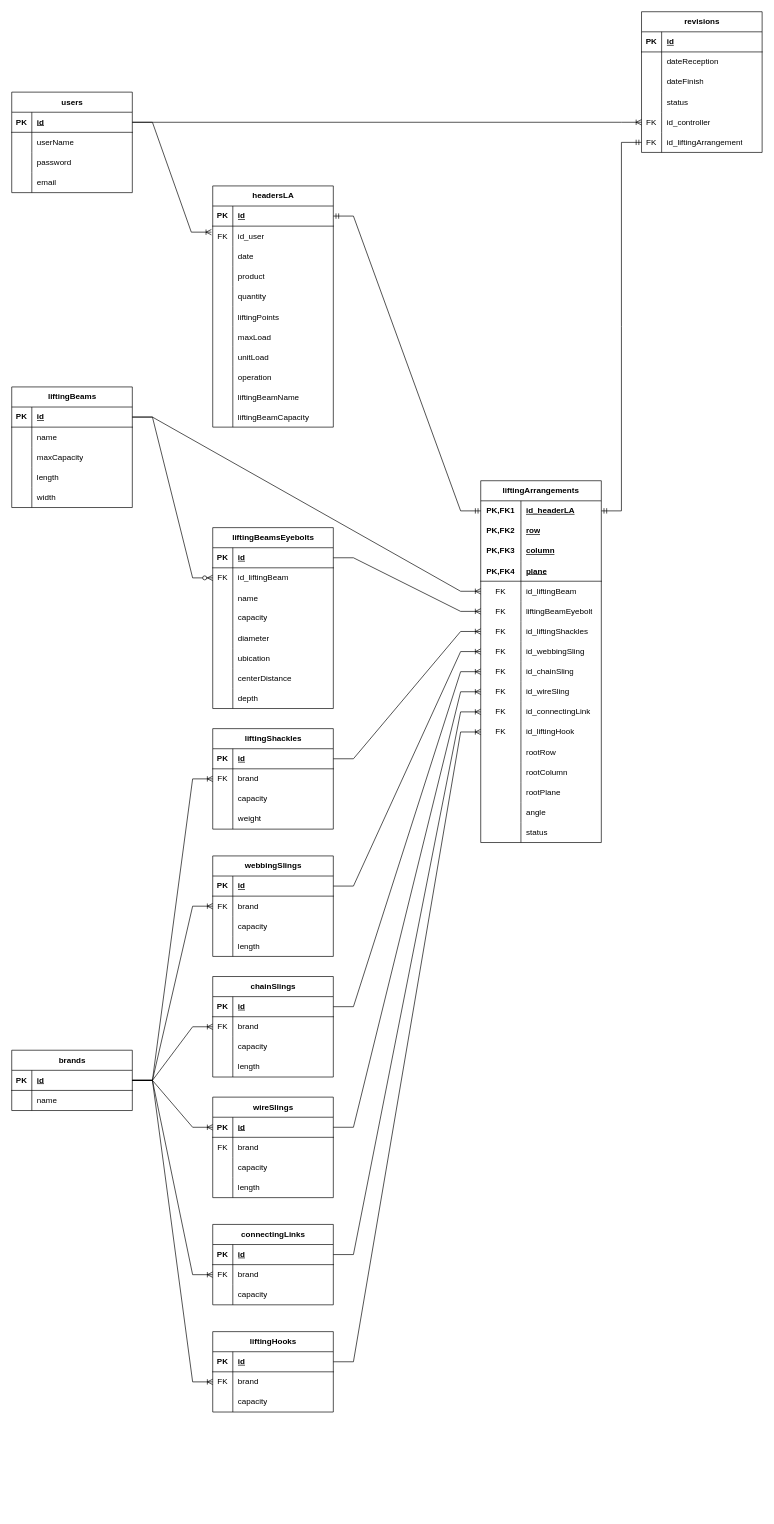
Above: Lifting Arrangement.drawio in diego-g-cono/LiftingArrangement (draw.io), before the change. Source tidied: cells renumbered, new cells numbered last; positions are measured from the earlier drawing's top-left corner, leaving out a move shared by most shapes. Both pictures are drawn from the tidied source at 67%, with x=0, y=0 at pixel (11, 11).
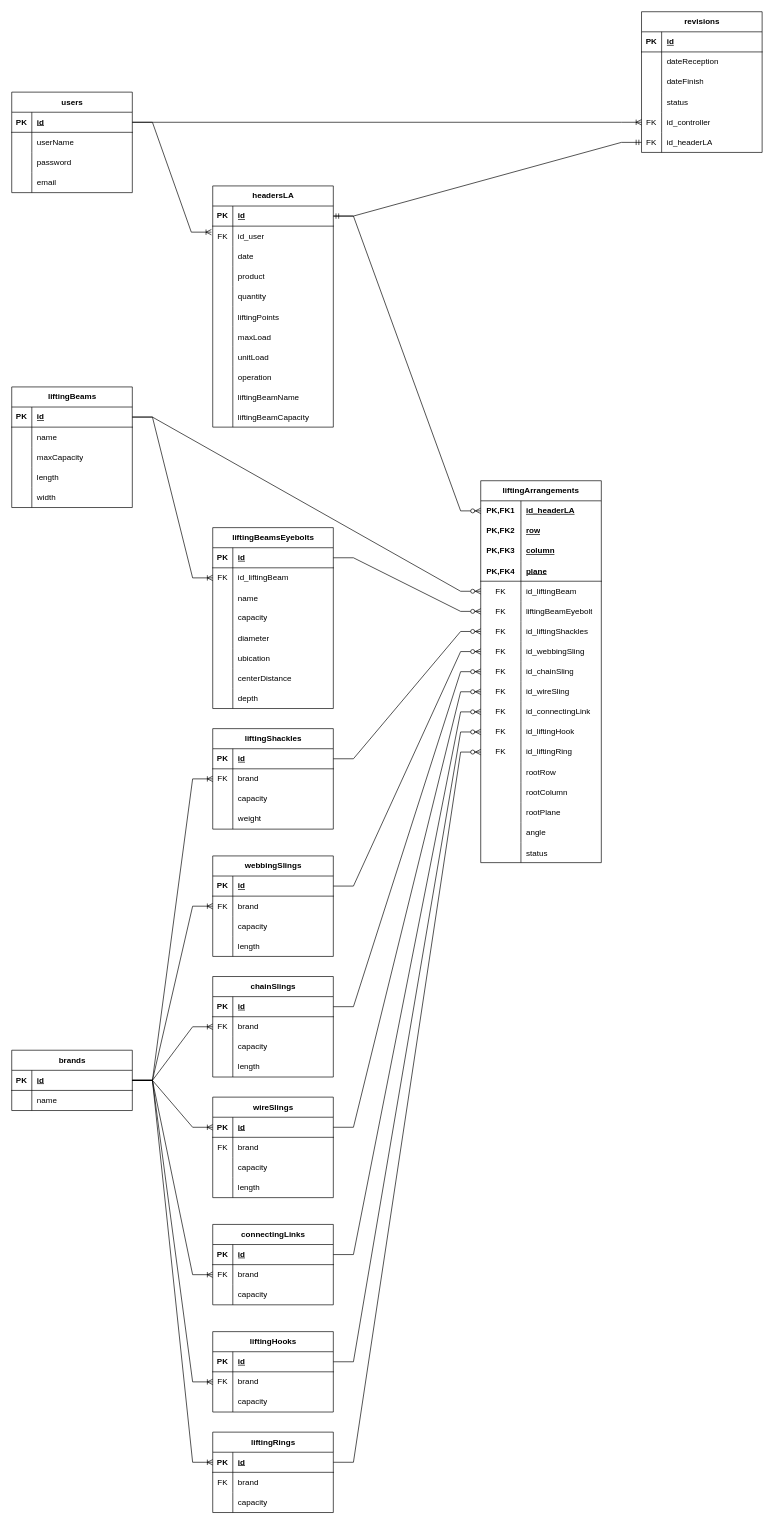
The same diagram, later.

Commit message (it also covers changes not shown here):
se modifica el mapeo en liftingArrangement y revision

The change refers to these unchanged cells:
```xml
<mxCell id="16" style="shape=tableRow;horizontal=0;startSize=0;swimlaneHead=0;swimlaneBody=0;fillColor=none;points=[[0,0.5],[1,0.5]];portConstraint=eastwest;top=0;left=0;right=0;bottom=1;" parent="15" vertex="1">
  <mxGeometry y="30" width="180" height="30" as="geometry" />
</mxCell>
<mxCell id="50" style="shape=tableRow;horizontal=0;startSize=0;swimlaneHead=0;swimlaneBody=0;fillColor=none;points=[[0,0.5],[1,0.5]];portConstraint=eastwest;top=0;left=0;right=0;bottom=0;" parent="49" vertex="1">
  <mxGeometry y="30" width="180" height="30" as="geometry" />
</mxCell>
<mxCell id="62" style="shape=tableRow;horizontal=0;startSize=0;swimlaneHead=0;swimlaneBody=0;fillColor=none;points=[[0,0.5],[1,0.5]];portConstraint=eastwest;top=0;left=0;right=0;bottom=0;html=1;" parent="49" vertex="1">
  <mxGeometry y="150" width="180" height="30" as="geometry" />
</mxCell>
<mxCell id="65" style="shape=tableRow;horizontal=0;startSize=0;swimlaneHead=0;swimlaneBody=0;fillColor=none;points=[[0,0.5],[1,0.5]];portConstraint=eastwest;top=0;left=0;right=0;bottom=0;" parent="49" vertex="1">
  <mxGeometry y="180" width="180" height="30" as="geometry" />
</mxCell>
<mxCell id="68" style="shape=tableRow;horizontal=0;startSize=0;swimlaneHead=0;swimlaneBody=0;fillColor=none;points=[[0,0.5],[1,0.5]];portConstraint=eastwest;top=0;left=0;right=0;bottom=0;html=1;" parent="49" vertex="1">
  <mxGeometry y="210" width="180" height="30" as="geometry" />
</mxCell>
<mxCell id="71" style="shape=tableRow;horizontal=0;startSize=0;swimlaneHead=0;swimlaneBody=0;fillColor=none;points=[[0,0.5],[1,0.5]];portConstraint=eastwest;top=0;left=0;right=0;bottom=0;" parent="49" vertex="1">
  <mxGeometry y="240" width="180" height="30" as="geometry" />
</mxCell>
<mxCell id="74" style="shape=tableRow;horizontal=0;startSize=0;swimlaneHead=0;swimlaneBody=0;fillColor=none;points=[[0,0.5],[1,0.5]];portConstraint=eastwest;top=0;left=0;right=0;bottom=0;" parent="49" vertex="1">
  <mxGeometry y="270" width="180" height="30" as="geometry" />
</mxCell>
<mxCell id="77" style="shape=tableRow;horizontal=0;startSize=0;swimlaneHead=0;swimlaneBody=0;fillColor=none;points=[[0,0.5],[1,0.5]];portConstraint=eastwest;top=0;left=0;right=0;bottom=0;" parent="49" vertex="1">
  <mxGeometry y="300" width="180" height="30" as="geometry" />
</mxCell>
<mxCell id="80" style="shape=tableRow;horizontal=0;startSize=0;swimlaneHead=0;swimlaneBody=0;fillColor=none;points=[[0,0.5],[1,0.5]];portConstraint=eastwest;top=0;left=0;right=0;bottom=0;" parent="49" vertex="1">
  <mxGeometry y="330" width="180" height="30" as="geometry" />
</mxCell>
<mxCell id="83" style="shape=tableRow;horizontal=0;startSize=0;swimlaneHead=0;swimlaneBody=0;fillColor=none;points=[[0,0.5],[1,0.5]];portConstraint=eastwest;top=0;left=0;right=0;bottom=0;" parent="49" vertex="1">
  <mxGeometry y="360" width="180" height="30" as="geometry" />
</mxCell>
<mxCell id="104" style="shape=tableRow;horizontal=0;startSize=0;swimlaneHead=0;swimlaneBody=0;fillColor=none;points=[[0,0.5],[1,0.5]];portConstraint=eastwest;top=0;left=0;right=0;bottom=1;" parent="103" vertex="1">
  <mxGeometry y="30" width="180" height="30" as="geometry" />
</mxCell>
<mxCell id="118" style="shape=tableRow;horizontal=0;startSize=0;swimlaneHead=0;swimlaneBody=0;fillColor=none;points=[[0,0.5],[1,0.5]];portConstraint=eastwest;top=0;left=0;right=0;bottom=1;" parent="117" vertex="1">
  <mxGeometry y="30" width="180" height="30" as="geometry" />
</mxCell>
<mxCell id="125" style="shape=tableRow;horizontal=0;startSize=0;swimlaneHead=0;swimlaneBody=0;fillColor=none;points=[[0,0.5],[1,0.5]];portConstraint=eastwest;top=0;left=0;right=0;bottom=1;" parent="124" vertex="1">
  <mxGeometry y="30" width="180" height="30" as="geometry" />
</mxCell>
<mxCell id="141" style="shape=tableRow;horizontal=0;startSize=0;swimlaneHead=0;swimlaneBody=0;fillColor=none;points=[[0,0.5],[1,0.5]];portConstraint=eastwest;top=0;left=0;right=0;bottom=1;" parent="140" vertex="1">
  <mxGeometry y="30" width="180" height="30" as="geometry" />
</mxCell>
<mxCell id="156" style="shape=tableRow;horizontal=0;startSize=0;swimlaneHead=0;swimlaneBody=0;fillColor=none;points=[[0,0.5],[1,0.5]];portConstraint=eastwest;top=0;left=0;right=0;bottom=1;" parent="155" vertex="1">
  <mxGeometry y="30" width="180" height="30" as="geometry" />
</mxCell>
<mxCell id="171" style="shape=tableRow;horizontal=0;startSize=0;swimlaneHead=0;swimlaneBody=0;fillColor=none;points=[[0,0.5],[1,0.5]];portConstraint=eastwest;top=0;left=0;right=0;bottom=1;" parent="170" vertex="1">
  <mxGeometry y="30" width="180" height="30" as="geometry" />
</mxCell>
<mxCell id="183" style="shape=tableRow;horizontal=0;startSize=0;swimlaneHead=0;swimlaneBody=0;fillColor=none;points=[[0,0.5],[1,0.5]];portConstraint=eastwest;top=0;left=0;right=0;bottom=1;" parent="182" vertex="1">
  <mxGeometry y="30" width="180" height="30" as="geometry" />
</mxCell>
<mxCell id="195" style="shape=tableRow;horizontal=0;startSize=0;swimlaneHead=0;swimlaneBody=0;fillColor=none;points=[[0,0.5],[1,0.5]];portConstraint=eastwest;top=0;left=0;right=0;bottom=1;" parent="194" vertex="1">
  <mxGeometry y="30" width="180" height="30" as="geometry" />
</mxCell>
<mxCell id="211" style="shape=tableRow;horizontal=0;startSize=0;swimlaneHead=0;swimlaneBody=0;fillColor=none;points=[[0,0.5],[1,0.5]];portConstraint=eastwest;top=0;left=0;right=0;bottom=1;" parent="210" vertex="1">
  <mxGeometry y="30" width="180" height="30" as="geometry" />
</mxCell>
<mxCell id="214" style="shape=tableRow;horizontal=0;startSize=0;swimlaneHead=0;swimlaneBody=0;fillColor=none;points=[[0,0.5],[1,0.5]];portConstraint=eastwest;top=0;left=0;right=0;bottom=0;" parent="210" vertex="1">
  <mxGeometry y="60" width="180" height="30" as="geometry" />
</mxCell>
<mxCell id="254" style="shape=tableRow;horizontal=0;startSize=0;swimlaneHead=0;swimlaneBody=0;fillColor=none;points=[[0,0.5],[1,0.5]];portConstraint=eastwest;top=0;left=0;right=0;bottom=0;" parent="238" vertex="1">
  <mxGeometry y="180" width="180" height="30" as="geometry" />
</mxCell>
```

Change to the diagram source:
```diff
@@
     <mxCell id="49" value="liftingArrangements" style="shape=table;startSize=30;childLayout=tableLayout;rowLines=0;fontStyle=1;align=center;html=1;whiteSpace=wrap;" parent="1" vertex="1">
-      <mxGeometry x="700" y="700" width="180" height="540" as="geometry" />
+      <mxGeometry x="700" y="700" width="180" height="570" as="geometry" />
     </mxCell>
@@
+    <mxCell id="259" style="shape=tableRow;horizontal=0;startSize=0;swimlaneHead=0;swimlaneBody=0;fillColor=none;points=[[0,0.5],[1,0.5]];portConstraint=eastwest;top=0;left=0;right=0;bottom=0;" parent="49" vertex="1">
+      <mxGeometry y="390" width="180" height="30" as="geometry" />
+    </mxCell>
+    <mxCell id="260" value="FK" style="shape=partialRectangle;fillColor=none;top=0;left=0;bottom=0;right=0;fontStyle=0;overflow=hidden;whiteSpace=wrap;html=1;" parent="259" vertex="1">
+      <mxGeometry width="60" height="30" as="geometry" />
+    </mxCell>
+    <mxCell id="261" value="id_liftingRing" style="shape=partialRectangle;fillColor=none;top=0;left=0;bottom=0;right=0;align=left;spacingLeft=6;fontStyle=0;overflow=hidden;whiteSpace=wrap;html=1;" parent="259" vertex="1">
+      <mxGeometry x="60" width="120" height="30" as="geometry" />
+    </mxCell>
     <mxCell id="86" style="shape=tableRow;horizontal=0;startSize=0;swimlaneHead=0;swimlaneBody=0;fillColor=none;top=0;left=0;right=0;bottom=0;" parent="49" vertex="1">
-      <mxGeometry y="390" width="180" height="30" as="geometry" />
+      <mxGeometry y="420" width="180" height="30" as="geometry" />
     </mxCell>
@@
     <mxCell id="89" style="shape=tableRow;horizontal=0;startSize=0;swimlaneHead=0;swimlaneBody=0;fillColor=none;top=0;left=0;right=0;bottom=0;" parent="49" vertex="1">
-      <mxGeometry y="420" width="180" height="30" as="geometry" />
+      <mxGeometry y="450" width="180" height="30" as="geometry" />
     </mxCell>
@@
     <mxCell id="92" style="shape=tableRow;horizontal=0;startSize=0;swimlaneHead=0;swimlaneBody=0;fillColor=none;top=0;left=0;right=0;bottom=0;" parent="49" vertex="1">
-      <mxGeometry y="450" width="180" height="30" as="geometry" />
+      <mxGeometry y="480" width="180" height="30" as="geometry" />
     </mxCell>
@@
     <mxCell id="95" style="shape=tableRow;horizontal=0;startSize=0;swimlaneHead=0;swimlaneBody=0;fillColor=none;top=0;left=0;right=0;bottom=0;" parent="49" vertex="1">
-      <mxGeometry y="480" width="180" height="30" as="geometry" />
+      <mxGeometry y="510" width="180" height="30" as="geometry" />
     </mxCell>
@@
     <mxCell id="98" style="shape=tableRow;horizontal=0;startSize=0;swimlaneHead=0;swimlaneBody=0;fillColor=none;top=0;left=0;right=0;bottom=0;" parent="49" vertex="1">
-      <mxGeometry y="510" width="180" height="30" as="geometry" />
+      <mxGeometry y="540" width="180" height="30" as="geometry" />
     </mxCell>
@@
-    <mxCell id="102" style="edgeStyle=entityRelationEdgeStyle;fontSize=12;html=1;endArrow=ERmandOne;startArrow=ERmandOne;rounded=0;entryX=0;entryY=0.5;entryDx=0;entryDy=0;exitX=1;exitY=0.5;exitDx=0;exitDy=0;" parent="1" edge="1" source="16" target="50">
-      <mxGeometry relative="1" as="geometry" />
-    </mxCell>
@@
-    <mxCell id="116" style="edgeStyle=entityRelationEdgeStyle;fontSize=12;html=1;endArrow=ERoneToMany;rounded=0;exitX=1;exitY=0.5;exitDx=0;exitDy=0;entryX=0;entryY=0.5;entryDx=0;entryDy=0;" parent="1" edge="1" source="104" target="68">
-      <mxGeometry relative="1" as="geometry" />
-    </mxCell>
@@
-    <mxCell id="137" style="edgeStyle=entityRelationEdgeStyle;fontSize=12;html=1;endArrow=ERoneToMany;rounded=0;entryX=0;entryY=0.5;entryDx=0;entryDy=0;exitX=1;exitY=0.5;exitDx=0;exitDy=0;" parent="1" edge="1" source="125" target="71">
-      <mxGeometry relative="1" as="geometry" />
-    </mxCell>
@@
-    <mxCell id="154" style="edgeStyle=entityRelationEdgeStyle;fontSize=12;html=1;endArrow=ERoneToMany;rounded=0;entryX=0;entryY=0.5;entryDx=0;entryDy=0;exitX=1;exitY=0.5;exitDx=0;exitDy=0;" parent="1" edge="1" source="141" target="74">
-      <mxGeometry relative="1" as="geometry" />
-    </mxCell>
@@
-    <mxCell id="168" style="edgeStyle=entityRelationEdgeStyle;fontSize=12;html=1;endArrow=ERoneToMany;rounded=0;exitX=1;exitY=0.5;exitDx=0;exitDy=0;entryX=0;entryY=0.5;entryDx=0;entryDy=0;" parent="1" edge="1" source="156" target="77">
-      <mxGeometry relative="1" as="geometry" />
-    </mxCell>
@@
-    <mxCell id="180" style="edgeStyle=entityRelationEdgeStyle;fontSize=12;html=1;endArrow=ERoneToMany;rounded=0;exitX=1;exitY=0.5;exitDx=0;exitDy=0;entryX=0;entryY=0.5;entryDx=0;entryDy=0;" parent="1" edge="1" source="171" target="80">
-      <mxGeometry relative="1" as="geometry" />
-    </mxCell>
@@
-    <mxCell id="192" style="edgeStyle=entityRelationEdgeStyle;fontSize=12;html=1;endArrow=ERoneToMany;rounded=0;exitX=1;exitY=0.5;exitDx=0;exitDy=0;entryX=0;entryY=0.5;entryDx=0;entryDy=0;" parent="1" edge="1" source="183" target="83">
-      <mxGeometry relative="1" as="geometry" />
-    </mxCell>
@@
-    <mxCell id="235" style="edgeStyle=entityRelationEdgeStyle;fontSize=12;html=1;endArrow=ERzeroToMany;endFill=1;rounded=0;exitX=1;exitY=0.5;exitDx=0;exitDy=0;entryX=0;entryY=0.5;entryDx=0;entryDy=0;" parent="1" edge="1" source="195" target="214">
-      <mxGeometry relative="1" as="geometry" />
-    </mxCell>
-    <mxCell id="236" style="edgeStyle=entityRelationEdgeStyle;fontSize=12;html=1;endArrow=ERoneToMany;rounded=0;exitX=1;exitY=0.5;exitDx=0;exitDy=0;entryX=0;entryY=0.5;entryDx=0;entryDy=0;" parent="1" edge="1" source="195" target="62">
-      <mxGeometry relative="1" as="geometry" />
-    </mxCell>
-    <mxCell id="237" style="edgeStyle=entityRelationEdgeStyle;fontSize=12;html=1;endArrow=ERoneToMany;rounded=0;exitX=1;exitY=0.5;exitDx=0;exitDy=0;entryX=0;entryY=0.5;entryDx=0;entryDy=0;" parent="1" edge="1" source="211" target="65">
-      <mxGeometry relative="1" as="geometry" />
-    </mxCell>
@@
-    <mxCell id="256" value="id_liftingArrangement" style="shape=partialRectangle;fillColor=none;top=0;left=0;bottom=0;right=0;align=left;spacingLeft=6;fontStyle=0;overflow=hidden;whiteSpace=wrap;html=1;" parent="254" vertex="1">
+    <mxCell id="256" value="id_headerLA" style="shape=partialRectangle;fillColor=none;top=0;left=0;bottom=0;right=0;align=left;spacingLeft=6;fontStyle=0;overflow=hidden;whiteSpace=wrap;html=1;" parent="254" vertex="1">
       <mxGeometry x="30" width="150" height="30" as="geometry" />
     </mxCell>
@@
-    <mxCell id="258" style="edgeStyle=entityRelationEdgeStyle;fontSize=12;html=1;endArrow=ERmandOne;startArrow=ERmandOne;rounded=0;entryX=0;entryY=0.5;entryDx=0;entryDy=0;exitX=1;exitY=0.5;exitDx=0;exitDy=0;" parent="1" edge="1" source="50" target="254">
-      <mxGeometry relative="1" as="geometry" />
-    </mxCell>
+    <mxCell id="262" value="liftingRings" style="shape=table;startSize=30;childLayout=tableLayout;rowLines=0;fontStyle=1;align=center;html=1;" parent="1" vertex="1">
+      <mxGeometry x="300" y="2120" width="180" height="120" as="geometry" />
+    </mxCell>
+    <mxCell id="263" style="shape=tableRow;horizontal=0;startSize=0;swimlaneHead=0;swimlaneBody=0;fillColor=none;points=[[0,0.5],[1,0.5]];portConstraint=eastwest;top=0;left=0;right=0;bottom=1;" parent="262" vertex="1">
+      <mxGeometry y="30" width="180" height="30" as="geometry" />
+    </mxCell>
+    <mxCell id="264" value="PK" style="shape=partialRectangle;fillColor=none;top=0;left=0;bottom=0;right=0;fontStyle=1;overflow=hidden;whiteSpace=wrap;html=1;" parent="263" vertex="1">
+      <mxGeometry width="30" height="30" as="geometry" />
+    </mxCell>
+    <mxCell id="265" value="id" style="shape=partialRectangle;fillColor=none;top=0;left=0;bottom=0;right=0;align=left;spacingLeft=6;fontStyle=5;overflow=hidden;whiteSpace=wrap;html=1;" parent="263" vertex="1">
+      <mxGeometry x="30" width="150" height="30" as="geometry" />
+    </mxCell>
+    <mxCell id="266" style="shape=tableRow;horizontal=0;startSize=0;swimlaneHead=0;swimlaneBody=0;fillColor=none;top=0;left=0;right=0;bottom=0;" parent="262" vertex="1">
+      <mxGeometry y="60" width="180" height="30" as="geometry" />
+    </mxCell>
+    <mxCell id="267" value="FK" style="shape=partialRectangle;fillColor=none;top=0;left=0;bottom=0;right=0;overflow=hidden;whiteSpace=wrap;html=1;" parent="266" vertex="1">
+      <mxGeometry width="30" height="30" as="geometry" />
+    </mxCell>
+    <mxCell id="268" value="brand" style="shape=partialRectangle;fillColor=none;top=0;left=0;bottom=0;right=0;align=left;spacingLeft=6;overflow=hidden;whiteSpace=wrap;html=1;" parent="266" vertex="1">
+      <mxGeometry x="30" width="150" height="30" as="geometry" />
+    </mxCell>
+    <mxCell id="269" style="shape=tableRow;horizontal=0;startSize=0;swimlaneHead=0;swimlaneBody=0;fillColor=none;top=0;left=0;right=0;bottom=0;" parent="262" vertex="1">
+      <mxGeometry y="90" width="180" height="30" as="geometry" />
+    </mxCell>
+    <mxCell id="270" style="shape=partialRectangle;fillColor=none;top=0;left=0;bottom=0;right=0;overflow=hidden;whiteSpace=wrap;html=1;" parent="269" vertex="1">
+      <mxGeometry width="30" height="30" as="geometry" />
+    </mxCell>
+    <mxCell id="271" value="capacity" style="shape=partialRectangle;fillColor=none;top=0;left=0;bottom=0;right=0;align=left;spacingLeft=6;overflow=hidden;whiteSpace=wrap;html=1;" parent="269" vertex="1">
+      <mxGeometry x="30" width="150" height="30" as="geometry" />
+    </mxCell>
+    <mxCell id="272" style="edgeStyle=entityRelationEdgeStyle;fontSize=12;html=1;endArrow=ERoneToMany;rounded=0;exitX=1;exitY=0.5;exitDx=0;exitDy=0;entryX=0;entryY=0.5;entryDx=0;entryDy=0;" parent="1" edge="1" source="118" target="263">
+      <mxGeometry relative="1" as="geometry" />
+    </mxCell>
+    <mxCell id="273" style="edgeStyle=entityRelationEdgeStyle;fontSize=12;html=1;endArrow=ERzeroToMany;endFill=1;rounded=0;exitX=1;exitY=0.5;exitDx=0;exitDy=0;entryX=0;entryY=0.5;entryDx=0;entryDy=0;" parent="1" edge="1" source="263" target="259">
+      <mxGeometry relative="1" as="geometry" />
+    </mxCell>
+    <mxCell id="116" style="edgeStyle=entityRelationEdgeStyle;fontSize=12;html=1;endArrow=ERzeroToMany;endFill=1;rounded=0;entryX=0;entryY=0.5;entryDx=0;entryDy=0;exitX=1;exitY=0.5;exitDx=0;exitDy=0;" parent="1" edge="1" source="104" target="68">
+      <mxGeometry relative="1" as="geometry" />
+    </mxCell>
+    <mxCell id="137" style="edgeStyle=entityRelationEdgeStyle;fontSize=12;html=1;endArrow=ERzeroToMany;endFill=1;rounded=0;exitX=1;exitY=0.5;exitDx=0;exitDy=0;entryX=0;entryY=0.5;entryDx=0;entryDy=0;" parent="1" edge="1" source="125" target="71">
+      <mxGeometry relative="1" as="geometry" />
+    </mxCell>
+    <mxCell id="154" style="edgeStyle=entityRelationEdgeStyle;fontSize=12;html=1;endArrow=ERzeroToMany;endFill=1;rounded=0;exitX=1;exitY=0.5;exitDx=0;exitDy=0;entryX=0;entryY=0.5;entryDx=0;entryDy=0;" parent="1" edge="1" source="141" target="74">
+      <mxGeometry relative="1" as="geometry" />
+    </mxCell>
+    <mxCell id="168" style="edgeStyle=entityRelationEdgeStyle;fontSize=12;html=1;endArrow=ERzeroToMany;endFill=1;rounded=0;exitX=1;exitY=0.5;exitDx=0;exitDy=0;entryX=0;entryY=0.5;entryDx=0;entryDy=0;" parent="1" edge="1" source="156" target="77">
+      <mxGeometry relative="1" as="geometry" />
+    </mxCell>
+    <mxCell id="180" style="edgeStyle=entityRelationEdgeStyle;fontSize=12;html=1;endArrow=ERzeroToMany;endFill=1;rounded=0;exitX=1;exitY=0.5;exitDx=0;exitDy=0;entryX=0;entryY=0.5;entryDx=0;entryDy=0;" parent="1" edge="1" source="171" target="80">
+      <mxGeometry relative="1" as="geometry" />
+    </mxCell>
+    <mxCell id="192" style="edgeStyle=entityRelationEdgeStyle;fontSize=12;html=1;endArrow=ERzeroToMany;endFill=1;rounded=0;exitX=1;exitY=0.5;exitDx=0;exitDy=0;entryX=0;entryY=0.5;entryDx=0;entryDy=0;" parent="1" edge="1" source="183" target="83">
+      <mxGeometry relative="1" as="geometry" />
+    </mxCell>
+    <mxCell id="235" style="edgeStyle=entityRelationEdgeStyle;fontSize=12;html=1;endArrow=ERoneToMany;rounded=0;exitX=1;exitY=0.5;exitDx=0;exitDy=0;entryX=0;entryY=0.5;entryDx=0;entryDy=0;" parent="1" edge="1" source="195" target="214">
+      <mxGeometry relative="1" as="geometry" />
+    </mxCell>
+    <mxCell id="236" style="edgeStyle=entityRelationEdgeStyle;fontSize=12;html=1;endArrow=ERzeroToMany;endFill=1;rounded=0;exitX=1;exitY=0.5;exitDx=0;exitDy=0;entryX=0;entryY=0.5;entryDx=0;entryDy=0;" parent="1" edge="1" source="195" target="62">
+      <mxGeometry relative="1" as="geometry" />
+    </mxCell>
+    <mxCell id="237" style="edgeStyle=entityRelationEdgeStyle;fontSize=12;html=1;endArrow=ERzeroToMany;endFill=1;rounded=0;exitX=1;exitY=0.5;exitDx=0;exitDy=0;entryX=0;entryY=0.5;entryDx=0;entryDy=0;" parent="1" edge="1" source="211" target="65">
+      <mxGeometry relative="1" as="geometry" />
+    </mxCell>
+    <mxCell id="102" style="edgeStyle=entityRelationEdgeStyle;fontSize=12;html=1;endArrow=ERzeroToMany;endFill=1;rounded=0;exitX=1;exitY=0.5;exitDx=0;exitDy=0;entryX=0;entryY=0.5;entryDx=0;entryDy=0;" parent="1" edge="1" source="16" target="50">
+      <mxGeometry relative="1" as="geometry" />
+    </mxCell>
+    <mxCell id="274" style="edgeStyle=entityRelationEdgeStyle;fontSize=12;html=1;endArrow=ERmandOne;startArrow=ERmandOne;rounded=0;exitX=1;exitY=0.5;exitDx=0;exitDy=0;entryX=0;entryY=0.5;entryDx=0;entryDy=0;" parent="1" edge="1" source="16" target="254">
+      <mxGeometry relative="1" as="geometry" />
+    </mxCell>
```
